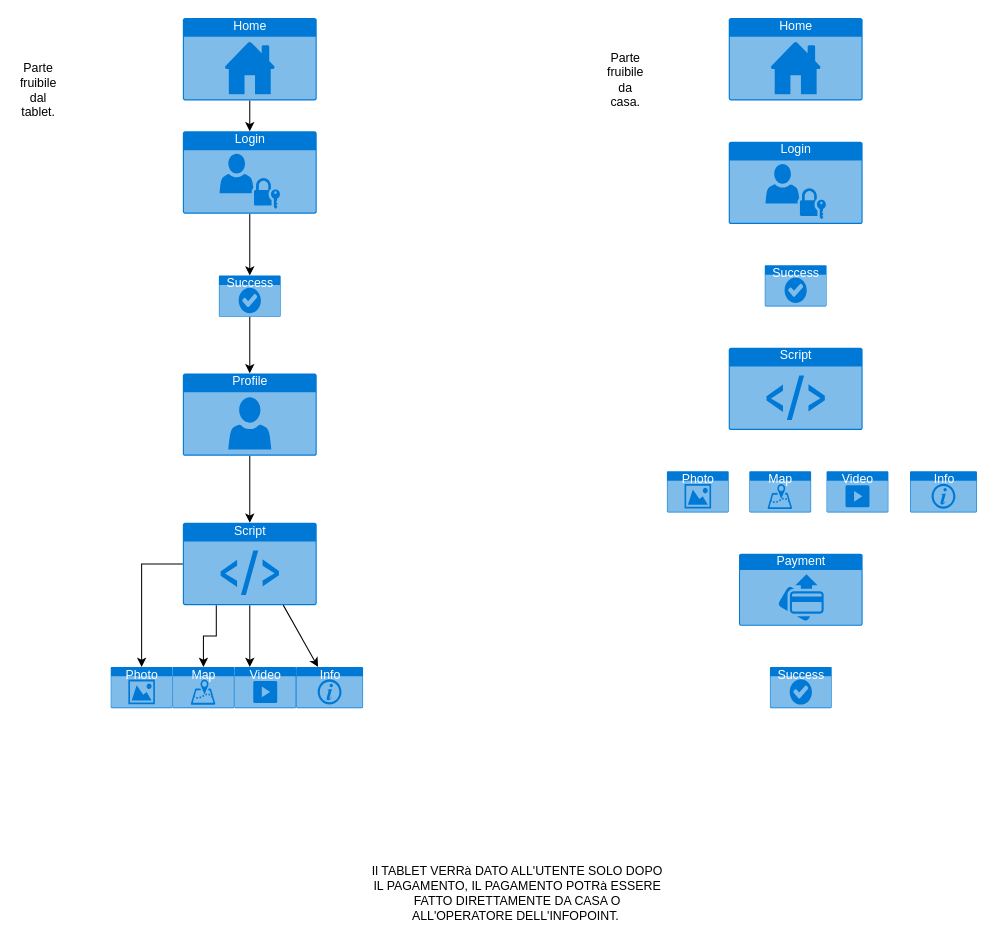
This is Cremona.drawio from giadaventurini-pixel/2021-marconi-turismo-cremona, a draw.io file, before an edit. Source tidied: cells renumbered, new cells numbered last; positions are measured from the earlier drawing's top-left corner, leaving out a move shared by most shapes. Both pictures are drawn from the tidied source at 103%, with x=0, y=0 at pixel (18, 18).
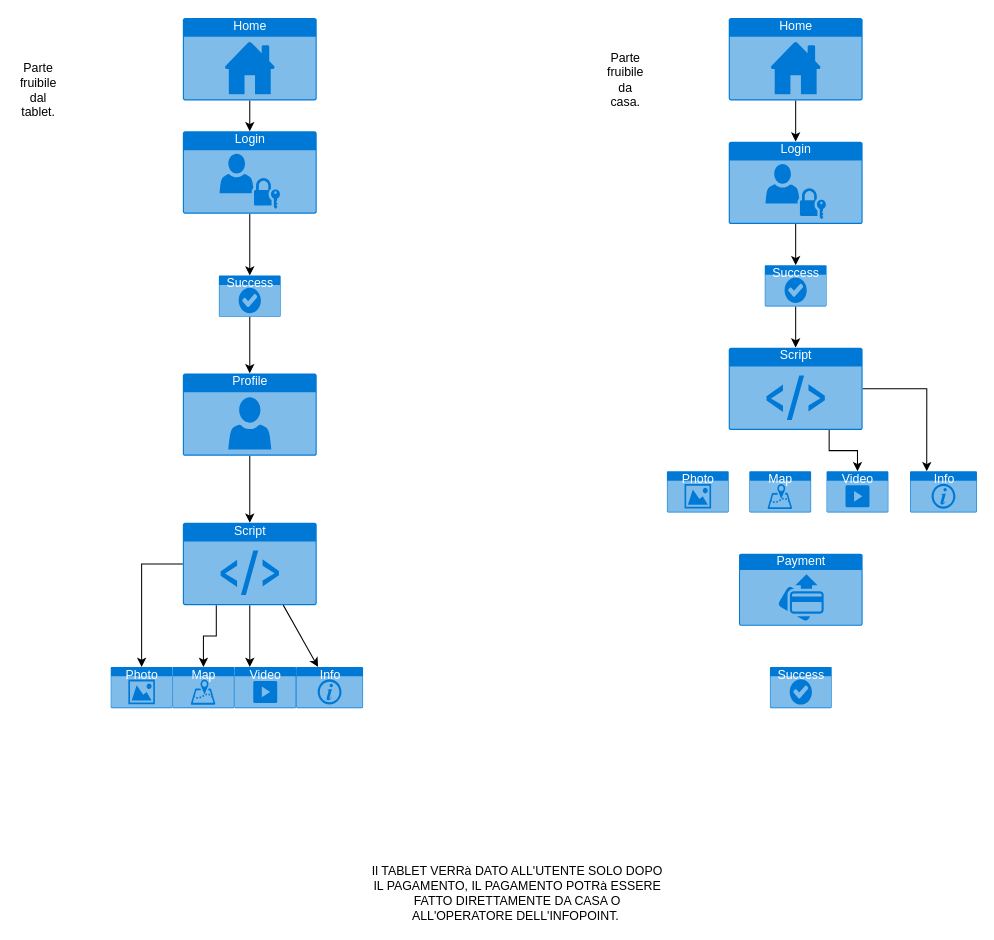
Above is the later version.

The change refers to these unchanged cells:
```xml
<mxCell id="19" value="Home" style="html=1;strokeColor=none;fillColor=#0079D6;labelPosition=center;verticalLabelPosition=middle;verticalAlign=top;align=center;fontSize=12;outlineConnect=0;spacingTop=-6;fontColor=#FFFFFF;shape=mxgraph.sitemap.home;" parent="1" vertex="1">
  <mxGeometry x="690" width="130" height="80" as="geometry" />
</mxCell>
<mxCell id="21" value="Login" style="html=1;strokeColor=none;fillColor=#0079D6;labelPosition=center;verticalLabelPosition=middle;verticalAlign=top;align=center;fontSize=12;outlineConnect=0;spacingTop=-6;fontColor=#FFFFFF;shape=mxgraph.sitemap.login;" parent="1" vertex="1">
  <mxGeometry x="690" y="120" width="130" height="80" as="geometry" />
</mxCell>
<mxCell id="22" value="Success" style="html=1;strokeColor=none;fillColor=#0079D6;labelPosition=center;verticalLabelPosition=middle;verticalAlign=top;align=center;fontSize=12;outlineConnect=0;spacingTop=-6;fontColor=#FFFFFF;shape=mxgraph.sitemap.success;" parent="1" vertex="1">
  <mxGeometry x="725" y="240" width="60" height="40" as="geometry" />
</mxCell>
<mxCell id="23" value="Script" style="html=1;strokeColor=none;fillColor=#0079D6;labelPosition=center;verticalLabelPosition=middle;verticalAlign=top;align=center;fontSize=12;outlineConnect=0;spacingTop=-6;fontColor=#FFFFFF;shape=mxgraph.sitemap.script;" parent="1" vertex="1">
  <mxGeometry x="690" y="320" width="130" height="80" as="geometry" />
</mxCell>
<mxCell id="26" value="Video" style="html=1;strokeColor=none;fillColor=#0079D6;labelPosition=center;verticalLabelPosition=middle;verticalAlign=top;align=center;fontSize=12;outlineConnect=0;spacingTop=-6;fontColor=#FFFFFF;shape=mxgraph.sitemap.video;" parent="1" vertex="1">
  <mxGeometry x="785" y="440" width="60" height="40" as="geometry" />
</mxCell>
<mxCell id="27" value="Info" style="html=1;strokeColor=none;fillColor=#0079D6;labelPosition=center;verticalLabelPosition=middle;verticalAlign=top;align=center;fontSize=12;outlineConnect=0;spacingTop=-6;fontColor=#FFFFFF;shape=mxgraph.sitemap.info;" parent="1" vertex="1">
  <mxGeometry x="866" y="440" width="65" height="40" as="geometry" />
</mxCell>
```

What changed in the source:
```diff
@@
+    <mxCell id="32" style="edgeStyle=orthogonalEdgeStyle;rounded=0;jettySize=auto;html=1;startArrow=none;startFill=0;endArrow=classic;endFill=1;" parent="1" edge="1" source="19" target="21">
+      <mxGeometry relative="1" as="geometry" />
+    </mxCell>
@@
+    <mxCell id="33" style="edgeStyle=orthogonalEdgeStyle;rounded=0;jettySize=auto;html=1;startArrow=none;startFill=0;endArrow=classic;endFill=1;" parent="1" edge="1" source="21" target="22">
+      <mxGeometry relative="1" as="geometry" />
+    </mxCell>
@@
+    <mxCell id="34" style="edgeStyle=orthogonalEdgeStyle;rounded=0;jettySize=auto;html=1;entryX=0.5;entryY=0;entryDx=0;entryDy=0;entryPerimeter=0;startArrow=none;startFill=0;endArrow=classic;endFill=1;" parent="1" edge="1" source="22" target="23">
+      <mxGeometry relative="1" as="geometry" />
+    </mxCell>
@@
+    <mxCell id="35" style="edgeStyle=orthogonalEdgeStyle;rounded=0;jettySize=auto;html=1;exitX=0.75;exitY=1;exitDx=0;exitDy=0;exitPerimeter=0;entryX=0.5;entryY=0;entryDx=0;entryDy=0;entryPerimeter=0;startArrow=none;startFill=0;endArrow=classic;endFill=1;" parent="1" edge="1" source="23" target="26">
+      <mxGeometry relative="1" as="geometry" />
+    </mxCell>
+    <mxCell id="36" style="edgeStyle=orthogonalEdgeStyle;rounded=0;jettySize=auto;html=1;entryX=0.25;entryY=0;entryDx=0;entryDy=0;entryPerimeter=0;startArrow=none;startFill=0;endArrow=classic;endFill=1;" parent="1" edge="1" source="23" target="27">
+      <mxGeometry relative="1" as="geometry" />
+    </mxCell>
```
